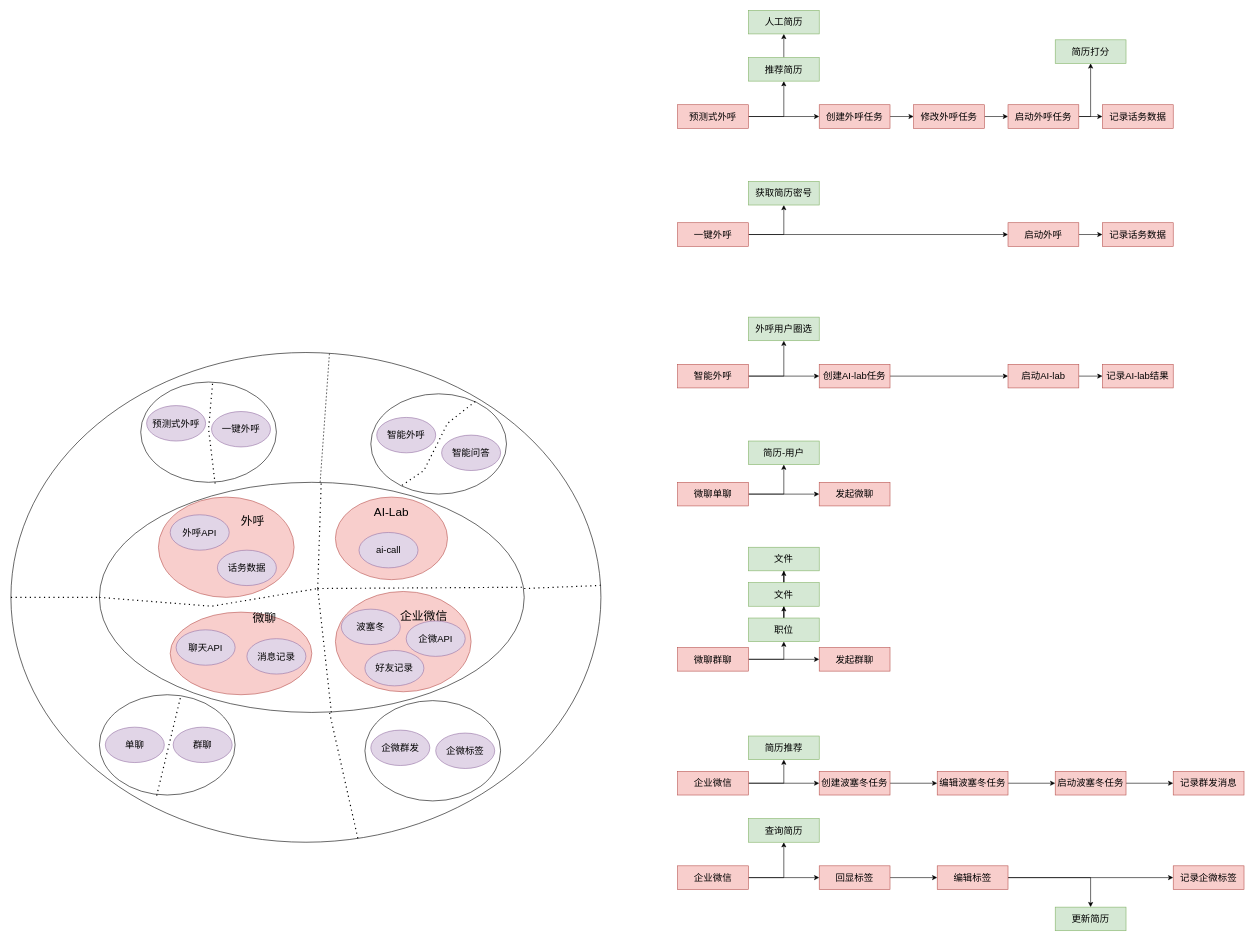
Before: 包结构拆分.drawio in LuOyEbY/draw-b, a draw.io diagram. Source tidied: cells renumbered, new cells numbered last; positions are measured from the earlier drawing's top-left corner, leaving out a move shared by most shapes. Both pictures are drawn from the tidied source at 59%, with x=0, y=0 at pixel (11, 10).
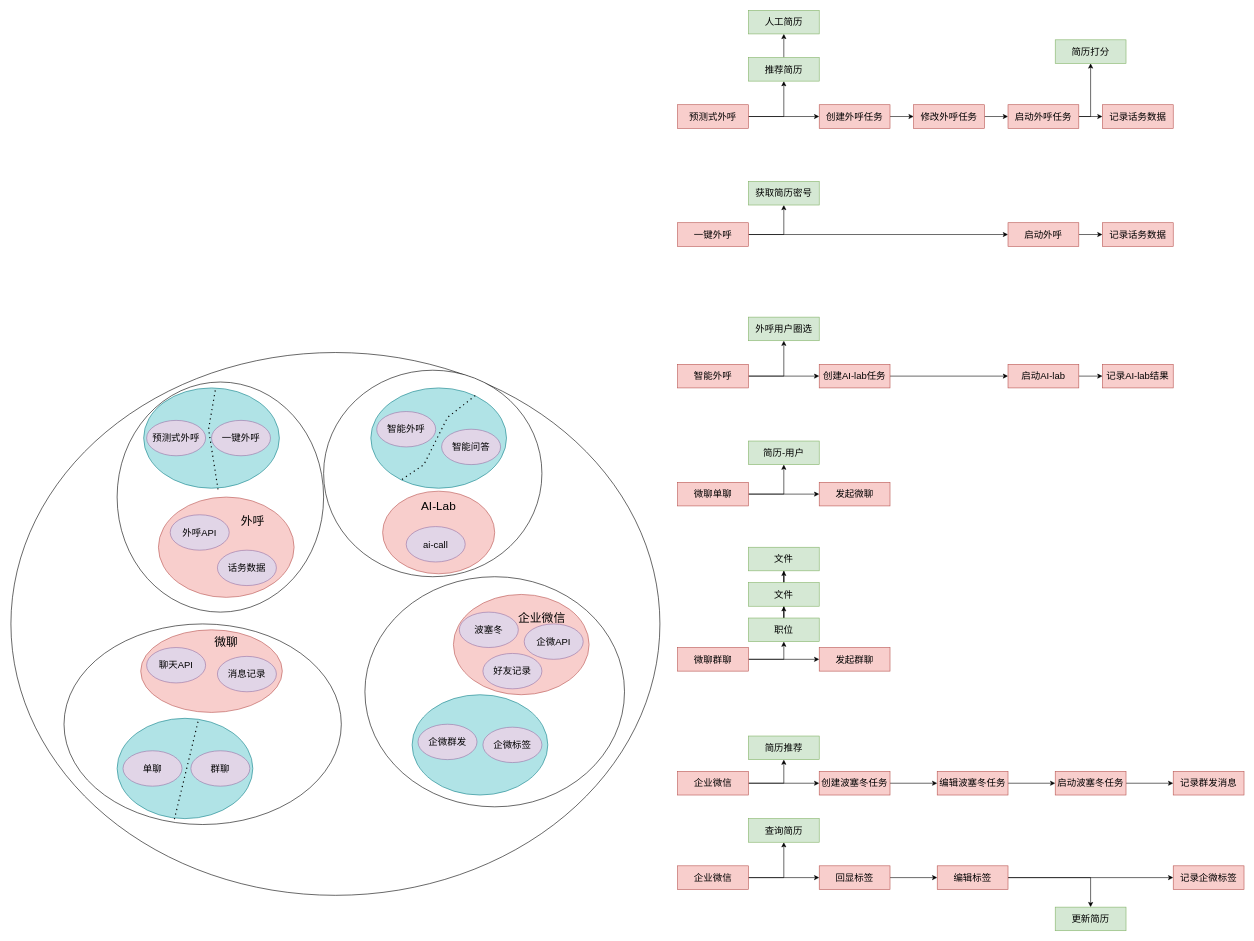
The same page after the edit.

Commit message:
更新包结构拆分.drawio

The edit, as a diff of the source:
```diff
@@
     <mxCell id="2" style="ellipse;whiteSpace=wrap;html=1;" parent="1" vertex="1">
-      <mxGeometry y="580" width="1000" height="830" as="geometry" />
+      <mxGeometry y="580" width="1100" height="920" as="geometry" />
     </mxCell>
-    <mxCell id="3" style="ellipse;whiteSpace=wrap;html=1;" parent="1" vertex="1">
-      <mxGeometry x="150" y="800" width="720" height="390" as="geometry" />
-    </mxCell>
+    <mxCell id="110" style="ellipse;whiteSpace=wrap;html=1;" parent="1" vertex="1">
+      <mxGeometry x="530" y="610" width="370" height="350" as="geometry" />
+    </mxCell>
+    <mxCell id="111" style="ellipse;whiteSpace=wrap;html=1;" parent="1" vertex="1">
+      <mxGeometry x="600" y="960" width="440" height="390" as="geometry" />
+    </mxCell>
+    <mxCell id="112" style="ellipse;whiteSpace=wrap;html=1;" parent="1" vertex="1">
+      <mxGeometry x="90" y="1040" width="470" height="340" as="geometry" />
+    </mxCell>
+    <mxCell id="113" style="ellipse;whiteSpace=wrap;html=1;" parent="1" vertex="1">
+      <mxGeometry x="180" y="630" width="350" height="390" as="geometry" />
+    </mxCell>
@@
-    <mxCell id="35" style="ellipse;whiteSpace=wrap;html=1;" parent="1" vertex="1">
-      <mxGeometry x="220" y="630" width="230" height="170" as="geometry" />
+    <mxCell id="35" style="ellipse;whiteSpace=wrap;html=1;fillColor=#b0e3e6;strokeColor=#0e8088;" parent="1" vertex="1">
+      <mxGeometry x="225" y="640" width="230" height="170" as="geometry" />
     </mxCell>
     <mxCell id="36" value="预测式外呼" style="ellipse;whiteSpace=wrap;html=1;fontSize=16;fillColor=#e1d5e7;strokeColor=#9673a6;" parent="1" vertex="1">
-      <mxGeometry x="230" y="670" width="100" height="60" as="geometry" />
+      <mxGeometry x="230" y="695" width="100" height="60" as="geometry" />
     </mxCell>
     <mxCell id="37" value="一键外呼" style="ellipse;whiteSpace=wrap;html=1;fontSize=16;fillColor=#e1d5e7;strokeColor=#9673a6;" parent="1" vertex="1">
-      <mxGeometry x="340" y="680" width="100" height="60" as="geometry" />
+      <mxGeometry x="340" y="695" width="100" height="60" as="geometry" />
     </mxCell>
-    <mxCell id="38" style="ellipse;whiteSpace=wrap;html=1;" parent="1" vertex="1">
-      <mxGeometry x="610" y="650" width="230" height="170" as="geometry" />
-    </mxCell>
-    <mxCell id="39" value="智能外呼" style="ellipse;whiteSpace=wrap;html=1;fontSize=16;fillColor=#e1d5e7;strokeColor=#9673a6;" parent="1" vertex="1">
-      <mxGeometry x="620" y="690" width="100" height="60" as="geometry" />
-    </mxCell>
@@
-    <mxCell id="43" style="ellipse;whiteSpace=wrap;html=1;fillColor=#f8cecc;strokeColor=#b85450;" parent="1" vertex="1">
-      <mxGeometry x="550" y="825" width="190" height="140" as="geometry" />
-    </mxCell>
-    <mxCell id="44" value="ai-call" style="ellipse;whiteSpace=wrap;html=1;fontSize=16;fillColor=#e1d5e7;strokeColor=#9673a6;" parent="1" vertex="1">
-      <mxGeometry x="590" y="885" width="100" height="60" as="geometry" />
-    </mxCell>
@@
-    <mxCell id="46" value="AI-Lab&lt;br&gt;" style="text;html=1;strokeColor=none;fillColor=none;align=center;verticalAlign=middle;whiteSpace=wrap;rounded=0;fontSize=20;" parent="1" vertex="1">
-      <mxGeometry x="600" y="835" width="90" height="30" as="geometry" />
-    </mxCell>
-    <mxCell id="47" value="智能问答" style="ellipse;whiteSpace=wrap;html=1;fontSize=16;fillColor=#e1d5e7;strokeColor=#9673a6;" parent="1" vertex="1">
-      <mxGeometry x="730" y="720" width="100" height="60" as="geometry" />
-    </mxCell>
-    <mxCell id="48" style="endArrow=none;dashed=1;html=1;dashPattern=1 3;strokeWidth=2;rounded=0;entryX=0.77;entryY=0.076;entryDx=0;entryDy=0;entryPerimeter=0;exitX=0.23;exitY=0.912;exitDx=0;exitDy=0;exitPerimeter=0;" parent="1" edge="1" source="38" target="38">
-      <mxGeometry relative="1" as="geometry">
-        <Array as="points">
-          <mxPoint x="700" y="780" />
-          <mxPoint x="740" y="700" />
-        </Array>
-      </mxGeometry>
-    </mxCell>
@@
+    <mxCell id="114" style="group;" parent="1" vertex="1">
+      <mxGeometry x="220" y="1050" width="240" height="140" as="geometry" />
+    </mxCell>
-    <mxCell id="86" style="ellipse;whiteSpace=wrap;html=1;fillColor=#f8cecc;strokeColor=#b85450;" parent="1" vertex="1">
-      <mxGeometry x="270" y="1020" width="240" height="140" as="geometry" />
+    <mxCell id="86" style="ellipse;whiteSpace=wrap;html=1;fillColor=#f8cecc;strokeColor=#b85450;" parent="114" vertex="1">
+      <mxGeometry width="240" height="140" as="geometry" />
     </mxCell>
-    <mxCell id="87" value="微聊" style="text;html=1;strokeColor=none;fillColor=none;align=center;verticalAlign=middle;whiteSpace=wrap;rounded=0;fontSize=20;" parent="1" vertex="1">
-      <mxGeometry x="400" y="1010" width="60" height="40" as="geometry" />
+    <mxCell id="87" value="微聊" style="text;html=1;strokeColor=none;fillColor=none;align=center;verticalAlign=middle;whiteSpace=wrap;rounded=0;fontSize=20;" parent="114" vertex="1">
+      <mxGeometry x="115" width="60" height="40" as="geometry" />
     </mxCell>
-    <mxCell id="88" style="ellipse;whiteSpace=wrap;html=1;fillColor=#f8cecc;strokeColor=#b85450;" parent="1" vertex="1">
-      <mxGeometry x="550" y="985" width="230" height="170" as="geometry" />
-    </mxCell>
-    <mxCell id="89" value="企业微信" style="text;html=1;strokeColor=none;fillColor=none;align=center;verticalAlign=middle;whiteSpace=wrap;rounded=0;fontSize=20;" parent="1" vertex="1">
-      <mxGeometry x="650" y="1005" width="100" height="40" as="geometry" />
-    </mxCell>
-    <mxCell id="90" value="聊天API" style="ellipse;whiteSpace=wrap;html=1;fontSize=16;fillColor=#e1d5e7;strokeColor=#9673a6;" parent="1" vertex="1">
-      <mxGeometry x="280" y="1050" width="100" height="60" as="geometry" />
+    <mxCell id="90" value="聊天API" style="ellipse;whiteSpace=wrap;html=1;fontSize=16;fillColor=#e1d5e7;strokeColor=#9673a6;" parent="114" vertex="1">
+      <mxGeometry x="10" y="30" width="100" height="60" as="geometry" />
     </mxCell>
-    <mxCell id="91" value="消息记录" style="ellipse;whiteSpace=wrap;html=1;fontSize=16;fillColor=#e1d5e7;strokeColor=#9673a6;" parent="1" vertex="1">
-      <mxGeometry x="400" y="1065" width="100" height="60" as="geometry" />
+    <mxCell id="91" value="消息记录" style="ellipse;whiteSpace=wrap;html=1;fontSize=16;fillColor=#e1d5e7;strokeColor=#9673a6;" parent="114" vertex="1">
+      <mxGeometry x="130" y="45" width="100" height="60" as="geometry" />
     </mxCell>
+    <mxCell id="115" style="group;" parent="1" vertex="1">
+      <mxGeometry x="180" y="1200" width="230" height="170" as="geometry" />
+    </mxCell>
-    <mxCell id="92" style="ellipse;whiteSpace=wrap;html=1;" parent="1" vertex="1">
-      <mxGeometry x="150" y="1160" width="230" height="170" as="geometry" />
+    <mxCell id="92" style="ellipse;whiteSpace=wrap;html=1;fillColor=#b0e3e6;strokeColor=#0e8088;" parent="115" vertex="1">
+      <mxGeometry width="230" height="170" as="geometry" />
     </mxCell>
-    <mxCell id="93" value="单聊" style="ellipse;whiteSpace=wrap;html=1;fontSize=16;fillColor=#e1d5e7;strokeColor=#9673a6;" parent="1" vertex="1">
-      <mxGeometry x="160" y="1215" width="100" height="60" as="geometry" />
+    <mxCell id="93" value="单聊" style="ellipse;whiteSpace=wrap;html=1;fontSize=16;fillColor=#e1d5e7;strokeColor=#9673a6;" parent="115" vertex="1">
+      <mxGeometry x="10" y="55" width="100" height="60" as="geometry" />
     </mxCell>
-    <mxCell id="94" value="群聊" style="ellipse;whiteSpace=wrap;html=1;fontSize=16;fillColor=#e1d5e7;strokeColor=#9673a6;" parent="1" vertex="1">
-      <mxGeometry x="275" y="1215" width="100" height="60" as="geometry" />
+    <mxCell id="94" value="群聊" style="ellipse;whiteSpace=wrap;html=1;fontSize=16;fillColor=#e1d5e7;strokeColor=#9673a6;" parent="115" vertex="1">
+      <mxGeometry x="125" y="55" width="100" height="60" as="geometry" />
     </mxCell>
-    <mxCell id="95" style="endArrow=none;dashed=1;html=1;dashPattern=1 3;strokeWidth=2;rounded=0;entryX=0.6;entryY=0.012;entryDx=0;entryDy=0;entryPerimeter=0;exitX=0.422;exitY=1.006;exitDx=0;exitDy=0;exitPerimeter=0;" parent="1" edge="1" source="92" target="92">
+    <mxCell id="95" style="endArrow=none;dashed=1;html=1;dashPattern=1 3;strokeWidth=2;rounded=0;entryX=0.6;entryY=0.012;entryDx=0;entryDy=0;entryPerimeter=0;exitX=0.422;exitY=1.006;exitDx=0;exitDy=0;exitPerimeter=0;" parent="115" edge="1" source="92" target="92">
       <mxGeometry relative="1" as="geometry" />
     </mxCell>
+    <mxCell id="116" style="group;" parent="1" vertex="1">
+      <mxGeometry x="680" y="1160" width="230" height="170" as="geometry" />
+    </mxCell>
+    <mxCell id="99" style="ellipse;whiteSpace=wrap;html=1;fillColor=#b0e3e6;strokeColor=#0e8088;" parent="116" vertex="1">
+      <mxGeometry width="230" height="170" as="geometry" />
+    </mxCell>
+    <mxCell id="100" value="企微群发" style="ellipse;whiteSpace=wrap;html=1;fontSize=16;fillColor=#e1d5e7;strokeColor=#9673a6;" parent="116" vertex="1">
+      <mxGeometry x="10" y="50" width="100" height="60" as="geometry" />
+    </mxCell>
+    <mxCell id="101" value="企微标签" style="ellipse;whiteSpace=wrap;html=1;fontSize=16;fillColor=#e1d5e7;strokeColor=#9673a6;" parent="116" vertex="1">
+      <mxGeometry x="120" y="55" width="100" height="60" as="geometry" />
+    </mxCell>
+    <mxCell id="117" style="group;" parent="1" vertex="1">
+      <mxGeometry x="750" y="990" width="230" height="170" as="geometry" />
+    </mxCell>
+    <mxCell id="88" style="ellipse;whiteSpace=wrap;html=1;fillColor=#f8cecc;strokeColor=#b85450;" parent="117" vertex="1">
+      <mxGeometry width="230" height="170" as="geometry" />
+    </mxCell>
+    <mxCell id="118" style="group;" parent="117" vertex="1">
+      <mxGeometry x="10" y="20" width="210" height="140" as="geometry" />
+    </mxCell>
+    <mxCell id="89" value="企业微信" style="text;html=1;strokeColor=none;fillColor=none;align=center;verticalAlign=middle;whiteSpace=wrap;rounded=0;fontSize=20;" parent="118" vertex="1">
+      <mxGeometry x="90" width="100" height="40" as="geometry" />
+    </mxCell>
-    <mxCell id="96" value="波塞冬" style="ellipse;whiteSpace=wrap;html=1;fontSize=16;fillColor=#e1d5e7;strokeColor=#9673a6;" parent="1" vertex="1">
-      <mxGeometry x="560" y="1015" width="100" height="60" as="geometry" />
+    <mxCell id="96" value="波塞冬" style="ellipse;whiteSpace=wrap;html=1;fontSize=16;fillColor=#e1d5e7;strokeColor=#9673a6;" parent="118" vertex="1">
+      <mxGeometry y="10" width="100" height="60" as="geometry" />
     </mxCell>
-    <mxCell id="97" value="企微API" style="ellipse;whiteSpace=wrap;html=1;fontSize=16;fillColor=#e1d5e7;strokeColor=#9673a6;" parent="1" vertex="1">
-      <mxGeometry x="670" y="1035" width="100" height="60" as="geometry" />
+    <mxCell id="97" value="企微API" style="ellipse;whiteSpace=wrap;html=1;fontSize=16;fillColor=#e1d5e7;strokeColor=#9673a6;" parent="118" vertex="1">
+      <mxGeometry x="110" y="30" width="100" height="60" as="geometry" />
     </mxCell>
-    <mxCell id="98" value="好友记录" style="ellipse;whiteSpace=wrap;html=1;fontSize=16;fillColor=#e1d5e7;strokeColor=#9673a6;" parent="1" vertex="1">
-      <mxGeometry x="600" y="1085" width="100" height="60" as="geometry" />
+    <mxCell id="98" value="好友记录" style="ellipse;whiteSpace=wrap;html=1;fontSize=16;fillColor=#e1d5e7;strokeColor=#9673a6;" parent="118" vertex="1">
+      <mxGeometry x="40" y="80" width="100" height="60" as="geometry" />
     </mxCell>
-    <mxCell id="99" style="ellipse;whiteSpace=wrap;html=1;" parent="1" vertex="1">
-      <mxGeometry x="600" y="1170" width="230" height="170" as="geometry" />
-    </mxCell>
-    <mxCell id="100" value="企微群发" style="ellipse;whiteSpace=wrap;html=1;fontSize=16;fillColor=#e1d5e7;strokeColor=#9673a6;" parent="1" vertex="1">
-      <mxGeometry x="610" y="1220" width="100" height="60" as="geometry" />
-    </mxCell>
-    <mxCell id="101" value="企微标签" style="ellipse;whiteSpace=wrap;html=1;fontSize=16;fillColor=#e1d5e7;strokeColor=#9673a6;" parent="1" vertex="1">
-      <mxGeometry x="720" y="1225" width="100" height="60" as="geometry" />
-    </mxCell>
-    <mxCell id="102" style="endArrow=none;dashed=1;html=1;rounded=0;entryX=0.54;entryY=0;entryDx=0;entryDy=0;entryPerimeter=0;" parent="1" edge="1" source="3" target="2">
-      <mxGeometry relative="1" as="geometry" />
-    </mxCell>
-    <mxCell id="103" style="endArrow=none;dashed=1;html=1;dashPattern=1 3;strokeWidth=2;rounded=0;entryX=0.522;entryY=0.005;entryDx=0;entryDy=0;entryPerimeter=0;" parent="1" edge="1" target="3">
-      <mxGeometry relative="1" as="geometry">
-        <mxPoint x="520" y="980" as="sourcePoint" />
-      </mxGeometry>
-    </mxCell>
-    <mxCell id="104" style="endArrow=none;dashed=1;html=1;dashPattern=1 3;strokeWidth=2;rounded=0;entryX=0.996;entryY=0.456;entryDx=0;entryDy=0;entryPerimeter=0;" parent="1" edge="1" target="3">
-      <mxGeometry relative="1" as="geometry">
-        <mxPoint x="520" y="980" as="sourcePoint" />
-      </mxGeometry>
-    </mxCell>
-    <mxCell id="105" style="endArrow=none;dashed=1;html=1;dashPattern=1 3;strokeWidth=2;rounded=0;exitX=0.546;exitY=1;exitDx=0;exitDy=0;exitPerimeter=0;" parent="1" edge="1" source="3">
-      <mxGeometry relative="1" as="geometry">
-        <mxPoint x="520" y="980" as="targetPoint" />
-      </mxGeometry>
-    </mxCell>
-    <mxCell id="106" style="endArrow=none;dashed=1;html=1;dashPattern=1 3;strokeWidth=2;rounded=0;exitX=0;exitY=0.5;exitDx=0;exitDy=0;" parent="1" edge="1" source="3">
-      <mxGeometry relative="1" as="geometry">
-        <mxPoint x="520" y="980" as="targetPoint" />
-        <Array as="points">
-          <mxPoint x="340" y="1010" />
-        </Array>
-      </mxGeometry>
-    </mxCell>
-    <mxCell id="107" style="endArrow=none;dashed=1;html=1;dashPattern=1 3;strokeWidth=2;rounded=0;" parent="1" edge="1" target="2">
-      <mxGeometry relative="1" as="geometry">
-        <mxPoint x="870" y="980" as="sourcePoint" />
-      </mxGeometry>
-    </mxCell>
-    <mxCell id="108" style="endArrow=none;dashed=1;html=1;dashPattern=1 3;strokeWidth=2;rounded=0;exitX=0;exitY=0.5;exitDx=0;exitDy=0;" parent="1" edge="1" source="2">
-      <mxGeometry relative="1" as="geometry">
-        <mxPoint x="150" y="995" as="targetPoint" />
-      </mxGeometry>
-    </mxCell>
-    <mxCell id="109" style="endArrow=none;dashed=1;html=1;dashPattern=1 3;strokeWidth=2;rounded=0;exitX=0.588;exitY=0.992;exitDx=0;exitDy=0;exitPerimeter=0;" parent="1" edge="1" source="2">
-      <mxGeometry relative="1" as="geometry">
-        <mxPoint x="540" y="1190" as="targetPoint" />
-      </mxGeometry>
-    </mxCell>
+    <mxCell id="119" style="group;" parent="1" vertex="1">
+      <mxGeometry x="630" y="815" width="190" height="140" as="geometry" />
+    </mxCell>
+    <mxCell id="43" style="ellipse;whiteSpace=wrap;html=1;fillColor=#f8cecc;strokeColor=#b85450;" parent="119" vertex="1">
+      <mxGeometry width="190" height="140" as="geometry" />
+    </mxCell>
+    <mxCell id="44" value="ai-call" style="ellipse;whiteSpace=wrap;html=1;fontSize=16;fillColor=#e1d5e7;strokeColor=#9673a6;" parent="119" vertex="1">
+      <mxGeometry x="40" y="60" width="100" height="60" as="geometry" />
+    </mxCell>
+    <mxCell id="46" value="AI-Lab&lt;br&gt;" style="text;html=1;strokeColor=none;fillColor=none;align=center;verticalAlign=middle;whiteSpace=wrap;rounded=0;fontSize=20;" parent="119" vertex="1">
+      <mxGeometry x="50" y="10" width="90" height="30" as="geometry" />
+    </mxCell>
+    <mxCell id="120" style="group;" parent="1" vertex="1">
+      <mxGeometry x="610" y="640" width="230" height="170" as="geometry" />
+    </mxCell>
+    <mxCell id="38" style="ellipse;whiteSpace=wrap;html=1;fillColor=#b0e3e6;strokeColor=#0e8088;" parent="120" vertex="1">
+      <mxGeometry width="230" height="170" as="geometry" />
+    </mxCell>
+    <mxCell id="39" value="智能外呼" style="ellipse;whiteSpace=wrap;html=1;fontSize=16;fillColor=#e1d5e7;strokeColor=#9673a6;" parent="120" vertex="1">
+      <mxGeometry x="10" y="40" width="100" height="60" as="geometry" />
+    </mxCell>
+    <mxCell id="47" value="智能问答" style="ellipse;whiteSpace=wrap;html=1;fontSize=16;fillColor=#e1d5e7;strokeColor=#9673a6;" parent="120" vertex="1">
+      <mxGeometry x="120" y="70" width="100" height="60" as="geometry" />
+    </mxCell>
+    <mxCell id="48" style="endArrow=none;dashed=1;html=1;dashPattern=1 3;strokeWidth=2;rounded=0;entryX=0.77;entryY=0.076;entryDx=0;entryDy=0;entryPerimeter=0;exitX=0.23;exitY=0.912;exitDx=0;exitDy=0;exitPerimeter=0;" parent="120" edge="1" source="38" target="38">
+      <mxGeometry relative="1" as="geometry">
+        <Array as="points">
+          <mxPoint x="90" y="130" />
+          <mxPoint x="130" y="50" />
+        </Array>
+      </mxGeometry>
+    </mxCell>
```
